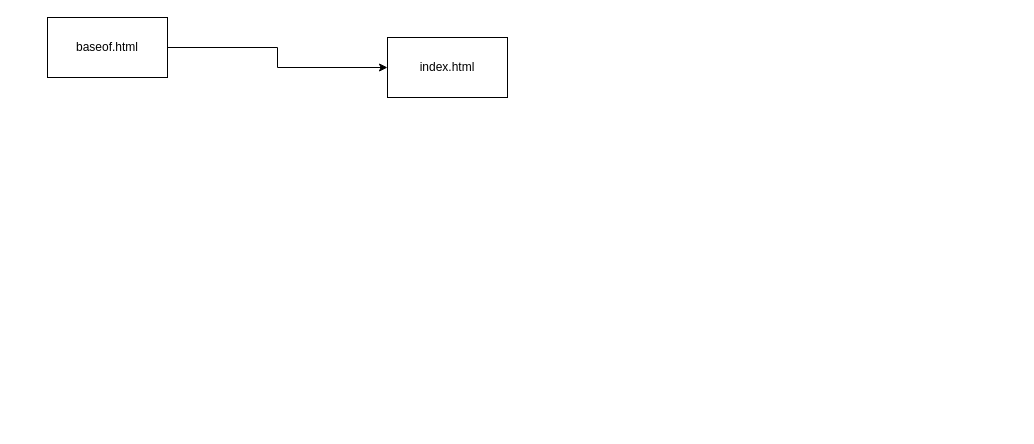
Earlier version of the draw.io diagram page "Tracking my theme inheritance" (2 of 7) of theme-tracking.drawio (umamiMike/technical-mess-diagrams). Source tidied: cells renumbered, new cells numbered last; positions are measured from the earlier drawing's top-left corner, leaving out a move shared by most shapes. Both pictures are drawn from the tidied source at 100%, with x=0, y=0 at pixel (47, 17).
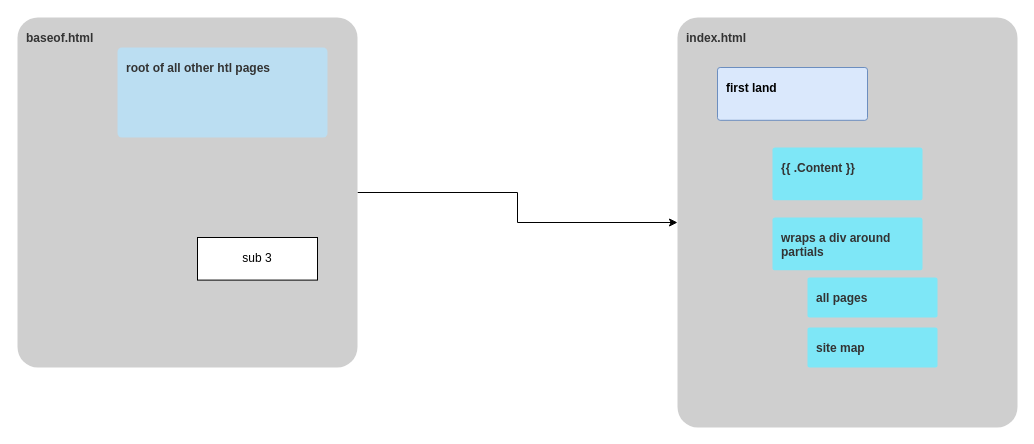
The same diagram, later.

The edit, as a diff of the source:
```diff
@@
 <mxGraphModel>
   <root>
     <mxCell id="0" />
     <mxCell id="1" parent="0" />
+    <mxCell id="4" value="index.html" style="rounded=1;whiteSpace=wrap;html=1;fillColor=#CFCFCF;strokeColor=none;fontColor=#333333;fontStyle=1;spacing=9;arcSize=6;align=left;verticalAlign=top;" parent="1" vertex="1">
+      <mxGeometry x="630" width="340" height="410" as="geometry" />
+    </mxCell>
+    <mxCell id="5" value="first land" style="rounded=1;whiteSpace=wrap;html=1;strokeColor=#6c8ebf;fontStyle=1;spacing=9;align=left;verticalAlign=top;arcSize=5;fillColor=#dae8fc;" parent="4" vertex="1">
+      <mxGeometry x="40" y="50" width="150" height="52.8" as="geometry" />
+    </mxCell>
+    <mxCell id="6" value="{{ .Content }}" style="rounded=1;whiteSpace=wrap;html=1;strokeColor=none;fontColor=#333333;fontStyle=1;spacing=9;align=left;verticalAlign=top;arcSize=5;fillColor=#7EE7F7;" parent="4" vertex="1">
+      <mxGeometry x="95" y="130" width="150" height="52.8" as="geometry" />
+    </mxCell>
+    <mxCell id="7" value="all pages" style="rounded=1;whiteSpace=wrap;html=1;strokeColor=none;fontColor=#333333;fontStyle=1;spacing=9;align=left;verticalAlign=top;arcSize=5;fillColor=#7EE7F7;" parent="4" vertex="1">
+      <mxGeometry x="130" y="260" width="130" height="40" as="geometry" />
+    </mxCell>
+    <mxCell id="8" value="wraps a div around&amp;nbsp; partials" style="rounded=1;whiteSpace=wrap;html=1;strokeColor=none;fontColor=#333333;fontStyle=1;spacing=9;align=left;verticalAlign=top;arcSize=5;fillColor=#7EE7F7;" parent="4" vertex="1">
+      <mxGeometry x="95" y="200" width="150" height="52.8" as="geometry" />
+    </mxCell>
+    <mxCell id="9" value="site map" style="rounded=1;whiteSpace=wrap;html=1;strokeColor=none;fontColor=#333333;fontStyle=1;spacing=9;align=left;verticalAlign=top;arcSize=5;fillColor=#7EE7F7;" parent="4" vertex="1">
+      <mxGeometry x="130" y="310" width="130" height="40" as="geometry" />
+    </mxCell>
     <mxCell id="2" style="edgeStyle=orthogonalEdgeStyle;rounded=0;jettySize=auto;html=1;" parent="1" edge="1" source="3" target="4">
       <mxGeometry relative="1" as="geometry" />
     </mxCell>
-    <mxCell id="3" value="baseof.html" style="whiteSpace=wrap;html=1;" parent="1" vertex="1">
-      <mxGeometry width="120" height="60" as="geometry" />
+    <mxCell id="3" value="baseof.html" style="rounded=1;whiteSpace=wrap;html=1;fillColor=#CFCFCF;strokeColor=none;fontColor=#333333;fontStyle=1;spacing=9;arcSize=6;align=left;verticalAlign=top;" parent="1" vertex="1">
+      <mxGeometry x="-30" width="340" height="350" as="geometry" />
     </mxCell>
-    <mxCell id="4" value="index.html&lt;br&gt;" style="whiteSpace=wrap;html=1;" parent="1" vertex="1">
-      <mxGeometry x="340" y="20" width="120" height="60" as="geometry" />
-    </mxCell>
+    <mxCell id="10" value="root of all other htl pages" style="rounded=1;whiteSpace=wrap;html=1;strokeColor=none;fontColor=#333333;fontStyle=1;spacing=9;align=left;verticalAlign=top;arcSize=5;fillColor=#BBDEF2;" parent="3" vertex="1">
+      <mxGeometry x="100" y="30" width="210" height="90" as="geometry" />
+    </mxCell>
+    <mxCell id="11" value="sub 3" style="whiteSpace=wrap;html=1;" parent="3" vertex="1">
+      <mxGeometry x="180" y="220" width="120" height="42.6" as="geometry" />
+    </mxCell>
   </root>
 </mxGraphModel>
```
